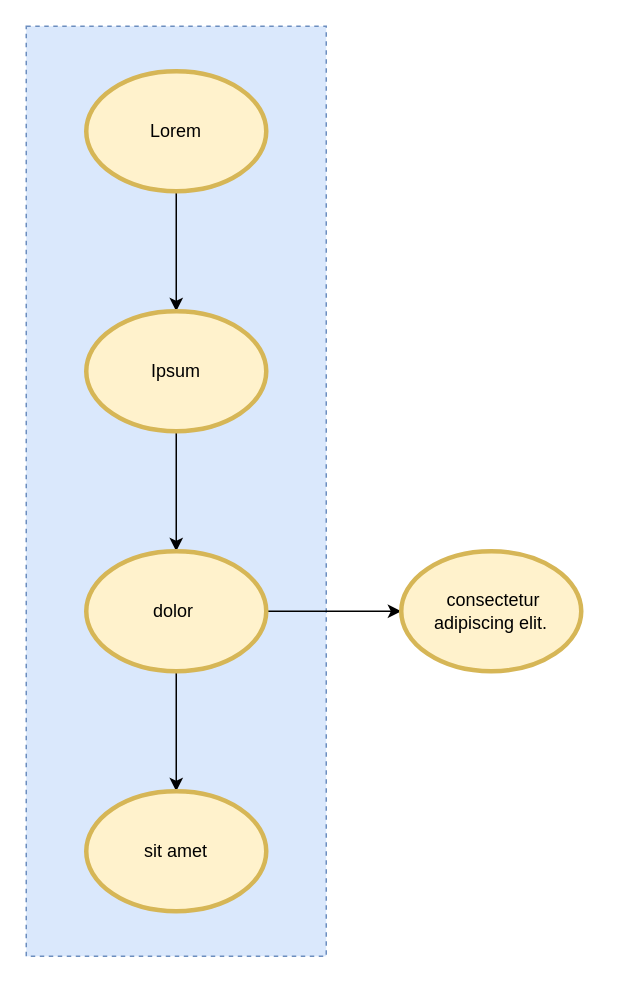
Earlier version of the draw.io diagram loremipsum.drawio.xml (pauldougan/loremipsum). Source tidied: cells renumbered, new cells numbered last; positions are measured from the earlier drawing's top-left corner, leaving out a move shared by most shapes. Both pictures are drawn from the tidied source at 150%, with x=0, y=0 at pixel (26, 26).
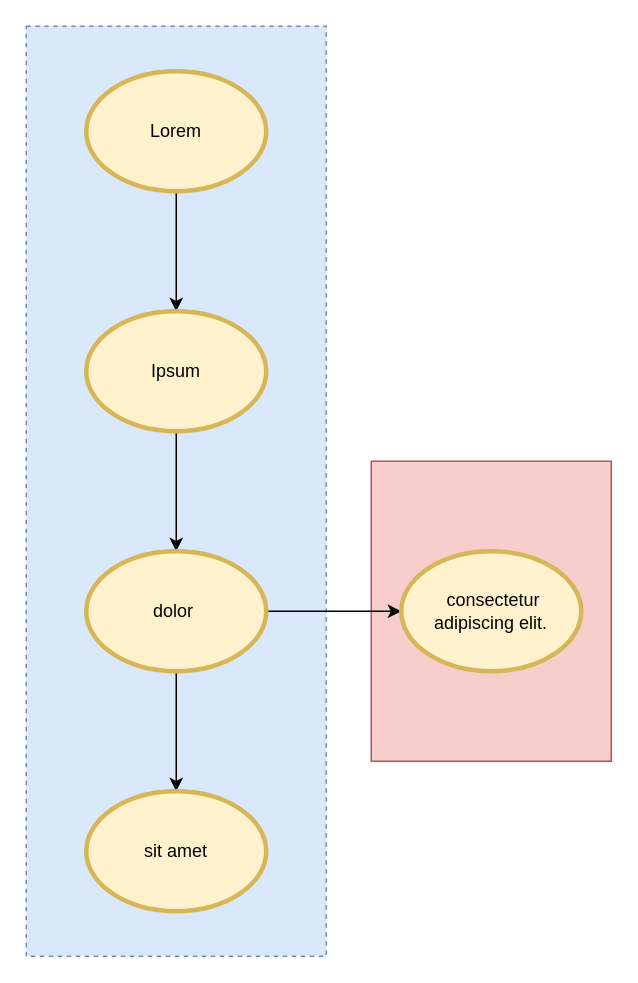
After the change.

Commit message (it also covers changes not shown here):
tweak draw.io exampl and create png and svg exports

The edit, as a diff of the source:
```diff
@@
 <mxGraphModel background="#ffffff">
   <root>
     <mxCell id="0" />
     <mxCell id="1" parent="0" />
+    <mxCell id="12" style="rounded=0;whiteSpace=wrap;html=1;fillColor=#f8cecc;strokeColor=#b85450;" parent="1" vertex="1">
+      <mxGeometry x="230" y="290" width="160" height="200" as="geometry" />
+    </mxCell>
     <mxCell id="2" style="rounded=0;whiteSpace=wrap;html=1;strokeWidth=1;dashed=1;fillColor=#dae8fc;strokeColor=#6c8ebf;" parent="1" vertex="1">
       <mxGeometry width="200" height="620" as="geometry" />
     </mxCell>
     <mxCell id="3" style="edgeStyle=orthogonalEdgeStyle;rounded=0;html=1;jettySize=auto;" parent="1" edge="1" source="4" target="6">
       <mxGeometry relative="1" as="geometry" />
     </mxCell>
     <mxCell id="4" value="Lorem" style="ellipse;whiteSpace=wrap;html=1;strokeWidth=3;fillColor=#fff2cc;strokeColor=#d6b656;" parent="1" vertex="1">
       <mxGeometry x="40" y="30" width="120" height="80" as="geometry" />
     </mxCell>
     <mxCell id="5" style="edgeStyle=orthogonalEdgeStyle;rounded=0;html=1;jettySize=auto;" parent="1" edge="1" source="6" target="9">
       <mxGeometry relative="1" as="geometry" />
     </mxCell>
     <mxCell id="6" value="Ipsum" style="ellipse;whiteSpace=wrap;html=1;strokeWidth=3;fillColor=#fff2cc;strokeColor=#d6b656;" parent="1" vertex="1">
       <mxGeometry x="40" y="190" width="120" height="80" as="geometry" />
     </mxCell>
     <mxCell id="7" style="edgeStyle=orthogonalEdgeStyle;rounded=0;html=1;jettySize=auto;" parent="1" edge="1" source="9" target="11">
       <mxGeometry relative="1" as="geometry" />
     </mxCell>
     <mxCell id="8" style="edgeStyle=orthogonalEdgeStyle;rounded=0;html=1;jettySize=auto;" parent="1" edge="1" source="9" target="10">
       <mxGeometry relative="1" as="geometry" />
     </mxCell>
     <mxCell id="9" value="&lt;p&gt;&lt;span&gt;dolor&amp;nbsp;&lt;/span&gt;&lt;/p&gt;" style="ellipse;whiteSpace=wrap;html=1;strokeWidth=3;fillColor=#fff2cc;strokeColor=#d6b656;" parent="1" vertex="1">
       <mxGeometry x="40" y="350" width="120" height="80" as="geometry" />
     </mxCell>
     <mxCell id="10" value="&lt;p&gt;&amp;nbsp;consectetur adipiscing elit.&lt;br&gt;&lt;/p&gt;" style="ellipse;whiteSpace=wrap;html=1;strokeWidth=3;fillColor=#fff2cc;strokeColor=#d6b656;" parent="1" vertex="1">
       <mxGeometry x="250" y="350" width="120" height="80" as="geometry" />
     </mxCell>
     <mxCell id="11" value="&lt;p&gt;sit amet&lt;br&gt;&lt;/p&gt;" style="ellipse;whiteSpace=wrap;html=1;strokeWidth=3;fillColor=#fff2cc;strokeColor=#d6b656;" parent="1" vertex="1">
       <mxGeometry x="40" y="510" width="120" height="80" as="geometry" />
     </mxCell>
   </root>
 </mxGraphModel>
```
